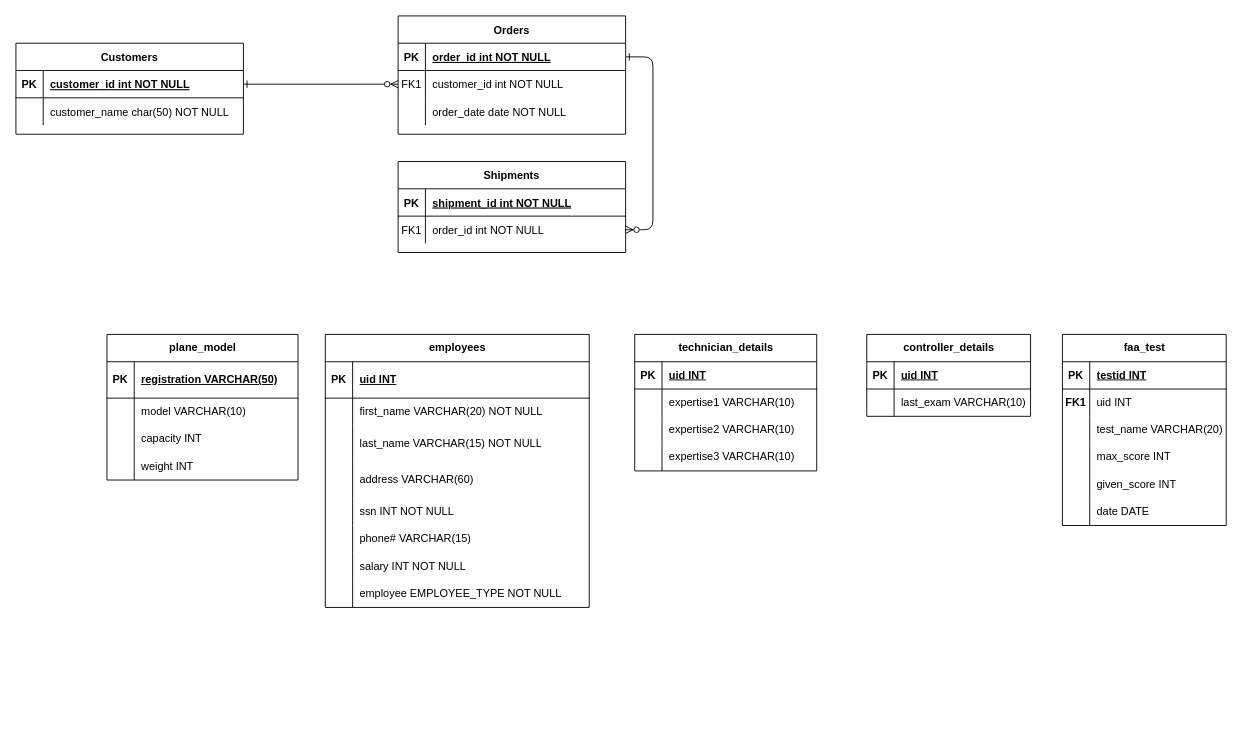
This is Untitled Diagram.drawio from O-paque/CS430, a draw.io file, before an edit. Source tidied: cells renumbered, new cells numbered last; positions are measured from the earlier drawing's top-left corner, leaving out a move shared by most shapes. Both pictures are drawn from the tidied source at 91%, with x=0, y=0 at pixel (15, 15).
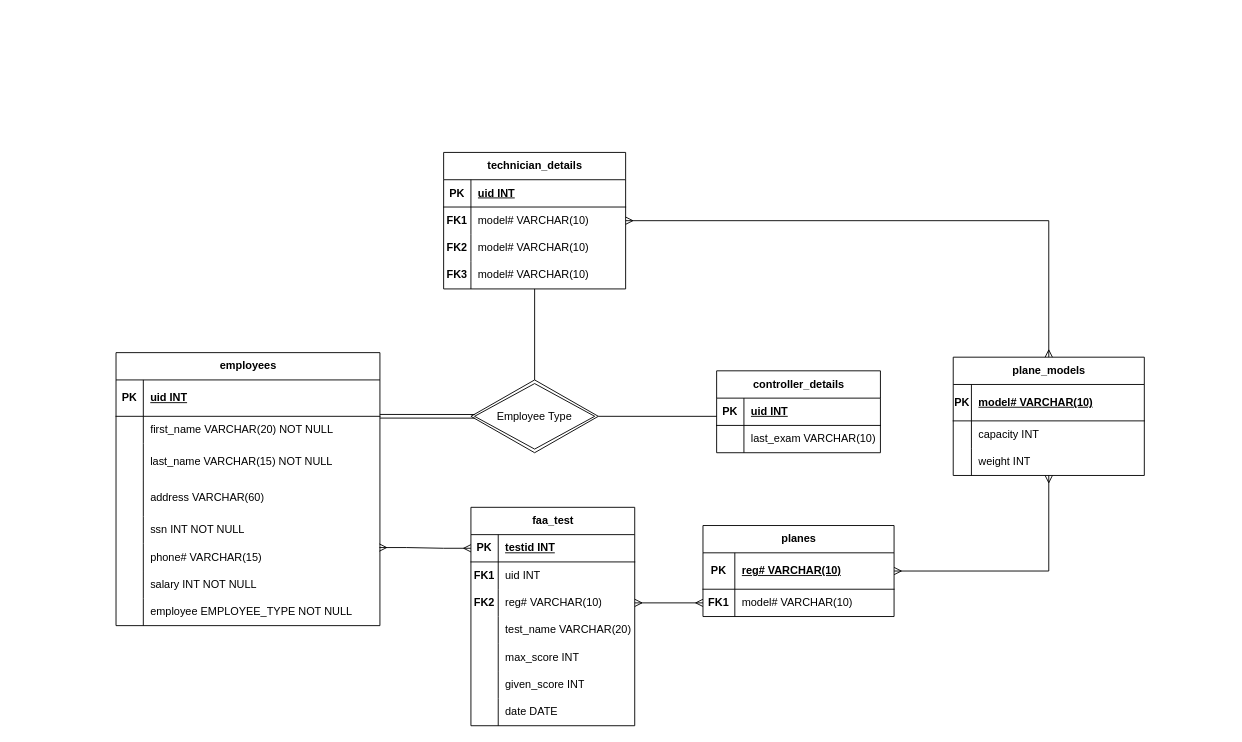
The same diagram, later.

The change refers to these unchanged cells:
```xml
<mxCell id="29" style="shape=tableRow;horizontal=0;startSize=0;swimlaneHead=0;swimlaneBody=0;fillColor=none;top=0;left=0;right=0;bottom=1;" parent="28" vertex="1">
  <mxGeometry y="30" width="210" height="40" as="geometry" />
</mxCell>
<mxCell id="32" style="shape=tableRow;horizontal=0;startSize=0;swimlaneHead=0;swimlaneBody=0;fillColor=none;points=[[0,0.5],[1,0.5]];portConstraint=eastwest;top=0;left=0;right=0;bottom=0;" parent="28" vertex="1">
  <mxGeometry y="70" width="210" height="30" as="geometry" />
</mxCell>
<mxCell id="47" style="shape=tableRow;horizontal=0;startSize=0;swimlaneHead=0;swimlaneBody=0;fillColor=none;points=[[0,0.5],[1,0.5]];portConstraint=eastwest;top=0;left=0;right=0;bottom=0;" parent="43" vertex="1">
  <mxGeometry y="70" width="290" height="30" as="geometry" />
</mxCell>
<mxCell id="59" style="shape=tableRow;horizontal=0;startSize=0;swimlaneHead=0;swimlaneBody=0;fillColor=none;points=[[0,0.5],[1,0.5]];portConstraint=eastwest;top=0;left=0;right=0;bottom=0;" parent="43" vertex="1">
  <mxGeometry y="210" width="290" height="30" as="geometry" />
</mxCell>
<mxCell id="72" style="shape=tableRow;horizontal=0;startSize=0;swimlaneHead=0;swimlaneBody=0;fillColor=none;points=[[0,0.5],[1,0.5]];portConstraint=eastwest;top=0;left=0;right=0;bottom=0;" parent="68" vertex="1">
  <mxGeometry y="60" width="200" height="30" as="geometry" />
</mxCell>
<mxCell id="75" style="shape=tableRow;horizontal=0;startSize=0;swimlaneHead=0;swimlaneBody=0;fillColor=none;top=0;left=0;right=0;bottom=0;" parent="68" vertex="1">
  <mxGeometry y="90" width="200" height="30" as="geometry" />
</mxCell>
<mxCell id="78" style="shape=tableRow;horizontal=0;startSize=0;swimlaneHead=0;swimlaneBody=0;fillColor=none;top=0;left=0;right=0;bottom=0;" parent="68" vertex="1">
  <mxGeometry y="120" width="200" height="30" as="geometry" />
</mxCell>
<mxCell id="82" style="shape=tableRow;horizontal=0;startSize=0;swimlaneHead=0;swimlaneBody=0;fillColor=none;points=[[0,0.5],[1,0.5]];portConstraint=eastwest;top=0;left=0;right=0;bottom=1;" parent="81" vertex="1">
  <mxGeometry y="30" width="180" height="30" as="geometry" />
</mxCell>
<mxCell id="89" style="shape=tableRow;horizontal=0;startSize=0;swimlaneHead=0;swimlaneBody=0;fillColor=none;points=[[0,0.5],[1,0.5]];portConstraint=eastwest;top=0;left=0;right=0;bottom=1;" parent="88" vertex="1">
  <mxGeometry y="30" width="180" height="30" as="geometry" />
</mxCell>
```

What changed in the source:
```diff
@@
-    <mxCell id="2" style="edgeStyle=entityRelationEdgeStyle;endArrow=ERzeroToMany;startArrow=ERone;endFill=1;startFill=0;" parent="1" edge="1" source="22" target="8">
-      <mxGeometry relative="1" as="geometry" />
-    </mxCell>
-    <mxCell id="3" style="edgeStyle=entityRelationEdgeStyle;endArrow=ERzeroToMany;startArrow=ERone;endFill=1;startFill=0;" parent="1" edge="1" source="5" target="18">
-      <mxGeometry relative="1" as="geometry" />
-    </mxCell>
-    <mxCell id="4" value="Orders" style="shape=table;startSize=30;childLayout=tableLayout;rowLines=0;fontStyle=1;align=center;" parent="1" vertex="1">
-      <mxGeometry x="420" width="250" height="130" as="geometry" />
-    </mxCell>
-    <mxCell id="5" style="shape=partialRectangle;fillColor=none;points=[[0,0.5],[1,0.5]];portConstraint=eastwest;top=0;left=0;right=0;bottom=1;" parent="4" vertex="1">
-      <mxGeometry y="30" width="250" height="30" as="geometry" />
-    </mxCell>
-    <mxCell id="6" value="PK" style="shape=partialRectangle;overflow=hidden;fillColor=none;top=0;left=0;bottom=0;right=0;fontStyle=1;" parent="5" vertex="1">
-      <mxGeometry width="30" height="30" as="geometry" />
-    </mxCell>
-    <mxCell id="7" value="order_id int NOT NULL " style="shape=partialRectangle;overflow=hidden;fillColor=none;top=0;left=0;bottom=0;right=0;align=left;spacingLeft=6;fontStyle=5;" parent="5" vertex="1">
-      <mxGeometry x="30" width="220" height="30" as="geometry" />
-    </mxCell>
-    <mxCell id="8" style="shape=partialRectangle;fillColor=none;points=[[0,0.5],[1,0.5]];portConstraint=eastwest;top=0;left=0;right=0;bottom=0;" parent="4" vertex="1">
-      <mxGeometry y="60" width="250" height="30" as="geometry" />
-    </mxCell>
-    <mxCell id="9" value="FK1" style="shape=partialRectangle;overflow=hidden;fillColor=none;top=0;left=0;bottom=0;right=0;" parent="8" vertex="1">
-      <mxGeometry width="30" height="30" as="geometry" />
-    </mxCell>
-    <mxCell id="10" value="customer_id int NOT NULL" style="shape=partialRectangle;overflow=hidden;fillColor=none;top=0;left=0;bottom=0;right=0;align=left;spacingLeft=6;" parent="8" vertex="1">
-      <mxGeometry x="30" width="220" height="30" as="geometry" />
-    </mxCell>
-    <mxCell id="11" style="shape=partialRectangle;fillColor=none;top=0;left=0;right=0;bottom=0;" parent="4" vertex="1">
-      <mxGeometry y="90" width="250" height="30" as="geometry" />
-    </mxCell>
-    <mxCell id="12" style="shape=partialRectangle;overflow=hidden;fillColor=none;top=0;left=0;bottom=0;right=0;" parent="11" vertex="1">
-      <mxGeometry width="30" height="30" as="geometry" />
-    </mxCell>
-    <mxCell id="13" value="order_date date NOT NULL" style="shape=partialRectangle;overflow=hidden;fillColor=none;top=0;left=0;bottom=0;right=0;align=left;spacingLeft=6;" parent="11" vertex="1">
-      <mxGeometry x="30" width="220" height="30" as="geometry" />
-    </mxCell>
-    <mxCell id="14" value="Shipments" style="shape=table;startSize=30;childLayout=tableLayout;rowLines=0;fontStyle=1;align=center;" parent="1" vertex="1">
-      <mxGeometry x="420" y="160" width="250" height="100" as="geometry" />
-    </mxCell>
-    <mxCell id="15" style="shape=partialRectangle;fillColor=none;top=0;left=0;right=0;bottom=1;" parent="14" vertex="1">
-      <mxGeometry y="30" width="250" height="30" as="geometry" />
-    </mxCell>
-    <mxCell id="16" value="PK" style="shape=partialRectangle;overflow=hidden;fillColor=none;top=0;left=0;bottom=0;right=0;fontStyle=1;" parent="15" vertex="1">
-      <mxGeometry width="30" height="30" as="geometry" />
-    </mxCell>
-    <mxCell id="17" value="shipment_id int NOT NULL " style="shape=partialRectangle;overflow=hidden;fillColor=none;top=0;left=0;bottom=0;right=0;align=left;spacingLeft=6;fontStyle=5;" parent="15" vertex="1">
-      <mxGeometry x="30" width="220" height="30" as="geometry" />
-    </mxCell>
-    <mxCell id="18" style="shape=partialRectangle;fillColor=none;points=[[0,0.5],[1,0.5]];portConstraint=eastwest;top=0;left=0;right=0;bottom=0;" parent="14" vertex="1">
-      <mxGeometry y="60" width="250" height="30" as="geometry" />
-    </mxCell>
-    <mxCell id="19" value="FK1" style="shape=partialRectangle;overflow=hidden;fillColor=none;top=0;left=0;bottom=0;right=0;" parent="18" vertex="1">
-      <mxGeometry width="30" height="30" as="geometry" />
-    </mxCell>
-    <mxCell id="20" value="order_id int NOT NULL" style="shape=partialRectangle;overflow=hidden;fillColor=none;top=0;left=0;bottom=0;right=0;align=left;spacingLeft=6;" parent="18" vertex="1">
-      <mxGeometry x="30" width="220" height="30" as="geometry" />
-    </mxCell>
-    <mxCell id="21" value="Customers" style="shape=table;startSize=30;childLayout=tableLayout;rowLines=0;fontStyle=1;align=center;" parent="1" vertex="1">
-      <mxGeometry y="30" width="250" height="100" as="geometry" />
-    </mxCell>
-    <mxCell id="22" style="shape=partialRectangle;fillColor=none;points=[[0,0.5],[1,0.5]];portConstraint=eastwest;top=0;left=0;right=0;bottom=1;" parent="21" vertex="1">
-      <mxGeometry y="30" width="250" height="30" as="geometry" />
-    </mxCell>
-    <mxCell id="23" value="PK" style="shape=partialRectangle;overflow=hidden;fillColor=none;top=0;left=0;bottom=0;right=0;fontStyle=1;" parent="22" vertex="1">
-      <mxGeometry width="30" height="30" as="geometry" />
-    </mxCell>
-    <mxCell id="24" value="customer_id int NOT NULL " style="shape=partialRectangle;overflow=hidden;fillColor=none;top=0;left=0;bottom=0;right=0;align=left;spacingLeft=6;fontStyle=5;" parent="22" vertex="1">
-      <mxGeometry x="30" width="220" height="30" as="geometry" />
-    </mxCell>
-    <mxCell id="25" style="shape=partialRectangle;fillColor=none;top=0;left=0;right=0;bottom=0;" parent="21" vertex="1">
-      <mxGeometry y="60" width="250" height="30" as="geometry" />
-    </mxCell>
-    <mxCell id="26" style="shape=partialRectangle;overflow=hidden;fillColor=none;top=0;left=0;bottom=0;right=0;" parent="25" vertex="1">
-      <mxGeometry width="30" height="30" as="geometry" />
-    </mxCell>
-    <mxCell id="27" value="customer_name char(50) NOT NULL" style="shape=partialRectangle;overflow=hidden;fillColor=none;top=0;left=0;bottom=0;right=0;align=left;spacingLeft=6;" parent="25" vertex="1">
-      <mxGeometry x="30" width="220" height="30" as="geometry" />
-    </mxCell>
-    <mxCell id="28" value="plane_model" style="shape=table;startSize=30;childLayout=tableLayout;rowLines=0;fontStyle=1;align=center;html=1;" parent="1" vertex="1">
-      <mxGeometry x="100" y="350" width="210" height="160" as="geometry" />
+    <mxCell id="28" value="planes" style="shape=table;startSize=30;childLayout=tableLayout;rowLines=0;fontStyle=1;align=center;html=1;" parent="1" vertex="1">
+      <mxGeometry x="755" y="560" width="210" height="100" as="geometry" />
     </mxCell>
@@
     <mxCell id="30" value="PK" style="shape=partialRectangle;fillColor=none;top=0;left=0;bottom=0;right=0;fontStyle=1;overflow=hidden;whiteSpace=wrap;html=1;" parent="29" vertex="1">
-      <mxGeometry width="30" height="40" as="geometry" />
+      <mxGeometry width="35" height="40" as="geometry" />
     </mxCell>
-    <mxCell id="31" value="registration VARCHAR(50)" style="shape=partialRectangle;fillColor=none;top=0;left=0;bottom=0;right=0;align=left;spacingLeft=6;fontStyle=5;overflow=hidden;whiteSpace=wrap;html=1;" parent="29" vertex="1">
-      <mxGeometry x="30" width="180" height="40" as="geometry" />
+    <mxCell id="31" value="reg# VARCHAR(10)" style="shape=partialRectangle;fillColor=none;top=0;left=0;bottom=0;right=0;align=left;spacingLeft=6;fontStyle=5;overflow=hidden;whiteSpace=wrap;html=1;" parent="29" vertex="1">
+      <mxGeometry x="35" width="175" height="40" as="geometry" />
     </mxCell>
@@
-    <mxCell id="33" style="shape=partialRectangle;fillColor=none;top=0;left=0;bottom=0;right=0;overflow=hidden;whiteSpace=wrap;html=1;" parent="32" vertex="1">
-      <mxGeometry width="30" height="30" as="geometry" />
+    <mxCell id="33" value="&lt;b&gt;FK1&lt;/b&gt;" style="shape=partialRectangle;fillColor=none;top=0;left=0;bottom=0;right=0;overflow=hidden;whiteSpace=wrap;html=1;" parent="32" vertex="1">
+      <mxGeometry width="35" height="30" as="geometry" />
     </mxCell>
-    <mxCell id="34" value="model VARCHAR(10)" style="shape=partialRectangle;fillColor=none;top=0;left=0;bottom=0;right=0;align=left;spacingLeft=6;overflow=hidden;whiteSpace=wrap;html=1;" parent="32" vertex="1">
-      <mxGeometry x="30" width="180" height="30" as="geometry" />
+    <mxCell id="34" value="model# VARCHAR(10)" style="shape=partialRectangle;fillColor=none;top=0;left=0;bottom=0;right=0;align=left;spacingLeft=6;overflow=hidden;whiteSpace=wrap;html=1;" parent="32" vertex="1">
+      <mxGeometry x="35" width="175" height="30" as="geometry" />
     </mxCell>
-    <mxCell id="35" style="shape=tableRow;horizontal=0;startSize=0;swimlaneHead=0;swimlaneBody=0;fillColor=none;top=0;left=0;right=0;bottom=0;" parent="28" vertex="1">
-      <mxGeometry y="100" width="210" height="30" as="geometry" />
-    </mxCell>
-    <mxCell id="36" style="shape=partialRectangle;fillColor=none;top=0;left=0;bottom=0;right=0;overflow=hidden;whiteSpace=wrap;html=1;" parent="35" vertex="1">
-      <mxGeometry width="30" height="30" as="geometry" />
-    </mxCell>
-    <mxCell id="37" value="capacity INT" style="shape=partialRectangle;fillColor=none;top=0;left=0;bottom=0;right=0;align=left;spacingLeft=6;overflow=hidden;whiteSpace=wrap;html=1;" parent="35" vertex="1">
-      <mxGeometry x="30" width="180" height="30" as="geometry" />
-    </mxCell>
-    <mxCell id="38" style="shape=tableRow;horizontal=0;startSize=0;swimlaneHead=0;swimlaneBody=0;fillColor=none;top=0;left=0;right=0;bottom=0;" parent="28" vertex="1">
-      <mxGeometry y="130" width="210" height="30" as="geometry" />
-    </mxCell>
-    <mxCell id="39" style="shape=partialRectangle;fillColor=none;top=0;left=0;bottom=0;right=0;overflow=hidden;whiteSpace=wrap;html=1;" parent="38" vertex="1">
-      <mxGeometry width="30" height="30" as="geometry" />
-    </mxCell>
-    <mxCell id="40" value="weight INT" style="shape=partialRectangle;fillColor=none;top=0;left=0;bottom=0;right=0;align=left;spacingLeft=6;overflow=hidden;whiteSpace=wrap;html=1;" parent="38" vertex="1">
-      <mxGeometry x="30" width="180" height="30" as="geometry" />
-    </mxCell>
@@
     <mxCell id="43" value="employees" style="shape=table;startSize=30;childLayout=tableLayout;rowLines=0;fontStyle=1;align=center;html=1;" parent="1" vertex="1">
-      <mxGeometry x="340" y="350" width="290" height="300" as="geometry" />
+      <mxGeometry x="110" y="370" width="290" height="300" as="geometry" />
     </mxCell>
@@
     <mxCell id="68" value="technician_details" style="shape=table;startSize=30;childLayout=tableLayout;rowLines=0;fontStyle=1;align=center;html=1;" parent="1" vertex="1">
-      <mxGeometry x="680" y="350" width="200" height="150" as="geometry" />
+      <mxGeometry x="470" y="150" width="200" height="150" as="geometry" />
     </mxCell>
@@
-    <mxCell id="73" style="shape=partialRectangle;fillColor=none;top=0;left=0;bottom=0;right=0;overflow=hidden;whiteSpace=wrap;html=1;" parent="72" vertex="1">
+    <mxCell id="73" value="&lt;b&gt;FK1&lt;/b&gt;" style="shape=partialRectangle;fillColor=none;top=0;left=0;bottom=0;right=0;overflow=hidden;whiteSpace=wrap;html=1;" parent="72" vertex="1">
       <mxGeometry width="30" height="30" as="geometry" />
     </mxCell>
-    <mxCell id="74" value="expertise1 VARCHAR(10)" style="shape=partialRectangle;fillColor=none;top=0;left=0;bottom=0;right=0;align=left;spacingLeft=6;overflow=hidden;whiteSpace=wrap;html=1;" parent="72" vertex="1">
+    <mxCell id="74" value="model# VARCHAR(10)" style="shape=partialRectangle;fillColor=none;top=0;left=0;bottom=0;right=0;align=left;spacingLeft=6;overflow=hidden;whiteSpace=wrap;html=1;" parent="72" vertex="1">
       <mxGeometry x="30" width="170" height="30" as="geometry" />
     </mxCell>
@@
-    <mxCell id="76" style="shape=partialRectangle;fillColor=none;top=0;left=0;bottom=0;right=0;overflow=hidden;whiteSpace=wrap;html=1;" parent="75" vertex="1">
+    <mxCell id="76" value="&lt;b&gt;FK2&lt;/b&gt;" style="shape=partialRectangle;fillColor=none;top=0;left=0;bottom=0;right=0;overflow=hidden;whiteSpace=wrap;html=1;" parent="75" vertex="1">
       <mxGeometry width="30" height="30" as="geometry" />
     </mxCell>
-    <mxCell id="77" value="&lt;div&gt;expertise2 VARCHAR(10)&lt;/div&gt;" style="shape=partialRectangle;fillColor=none;top=0;left=0;bottom=0;right=0;align=left;spacingLeft=6;overflow=hidden;whiteSpace=wrap;html=1;" parent="75" vertex="1">
+    <mxCell id="77" value="model# VARCHAR(10)" style="shape=partialRectangle;fillColor=none;top=0;left=0;bottom=0;right=0;align=left;spacingLeft=6;overflow=hidden;whiteSpace=wrap;html=1;" parent="75" vertex="1">
       <mxGeometry x="30" width="170" height="30" as="geometry" />
     </mxCell>
@@
-    <mxCell id="79" style="shape=partialRectangle;fillColor=none;top=0;left=0;bottom=0;right=0;overflow=hidden;whiteSpace=wrap;html=1;" parent="78" vertex="1">
+    <mxCell id="79" value="&lt;b&gt;FK3&lt;/b&gt;" style="shape=partialRectangle;fillColor=none;top=0;left=0;bottom=0;right=0;overflow=hidden;whiteSpace=wrap;html=1;" parent="78" vertex="1">
       <mxGeometry width="30" height="30" as="geometry" />
     </mxCell>
-    <mxCell id="80" value="expertise3 VARCHAR(10)" style="shape=partialRectangle;fillColor=none;top=0;left=0;bottom=0;right=0;align=left;spacingLeft=6;overflow=hidden;whiteSpace=wrap;html=1;" parent="78" vertex="1">
+    <mxCell id="80" value="model# VARCHAR(10)" style="shape=partialRectangle;fillColor=none;top=0;left=0;bottom=0;right=0;align=left;spacingLeft=6;overflow=hidden;whiteSpace=wrap;html=1;" parent="78" vertex="1">
       <mxGeometry x="30" width="170" height="30" as="geometry" />
     </mxCell>
     <mxCell id="81" value="controller_details" style="shape=table;startSize=30;childLayout=tableLayout;rowLines=0;fontStyle=1;align=center;html=1;" parent="1" vertex="1">
-      <mxGeometry x="935" y="350" width="180" height="90" as="geometry" />
+      <mxGeometry x="770" y="390" width="180" height="90" as="geometry" />
     </mxCell>
@@
     <mxCell id="88" value="faa_test" style="shape=table;startSize=30;childLayout=tableLayout;rowLines=0;fontStyle=1;align=center;html=1;" parent="1" vertex="1">
-      <mxGeometry x="1150" y="350" width="180" height="210" as="geometry" />
+      <mxGeometry x="500" y="540" width="180" height="240" as="geometry" />
     </mxCell>
@@
+    <mxCell id="107" style="shape=tableRow;horizontal=0;startSize=0;swimlaneHead=0;swimlaneBody=0;fillColor=none;points=[[0,0.5],[1,0.5]];portConstraint=eastwest;top=0;left=0;right=0;bottom=0;" parent="88" vertex="1">
+      <mxGeometry y="90" width="180" height="30" as="geometry" />
+    </mxCell>
+    <mxCell id="108" value="&lt;b&gt;FK2&lt;/b&gt;" style="shape=partialRectangle;fillColor=none;top=0;left=0;bottom=0;right=0;overflow=hidden;whiteSpace=wrap;html=1;" parent="107" vertex="1">
+      <mxGeometry width="30" height="30" as="geometry" />
+    </mxCell>
+    <mxCell id="109" value="reg# VARCHAR(10)" style="shape=partialRectangle;fillColor=none;top=0;left=0;bottom=0;right=0;align=left;spacingLeft=6;overflow=hidden;whiteSpace=wrap;html=1;" parent="107" vertex="1">
+      <mxGeometry x="30" width="150" height="30" as="geometry" />
+    </mxCell>
     <mxCell id="95" style="shape=tableRow;horizontal=0;startSize=0;swimlaneHead=0;swimlaneBody=0;fillColor=none;top=0;left=0;right=0;bottom=0;" parent="88" vertex="1">
-      <mxGeometry y="90" width="180" height="30" as="geometry" />
+      <mxGeometry y="120" width="180" height="30" as="geometry" />
     </mxCell>
@@
     <mxCell id="98" style="shape=tableRow;horizontal=0;startSize=0;swimlaneHead=0;swimlaneBody=0;fillColor=none;top=0;left=0;right=0;bottom=0;" parent="88" vertex="1">
-      <mxGeometry y="120" width="180" height="30" as="geometry" />
+      <mxGeometry y="150" width="180" height="30" as="geometry" />
     </mxCell>
@@
     <mxCell id="101" style="shape=tableRow;horizontal=0;startSize=0;swimlaneHead=0;swimlaneBody=0;fillColor=none;top=0;left=0;right=0;bottom=0;" parent="88" vertex="1">
-      <mxGeometry y="150" width="180" height="30" as="geometry" />
+      <mxGeometry y="180" width="180" height="30" as="geometry" />
     </mxCell>
@@
     <mxCell id="104" style="shape=tableRow;horizontal=0;startSize=0;swimlaneHead=0;swimlaneBody=0;fillColor=none;top=0;left=0;right=0;bottom=0;" parent="88" vertex="1">
-      <mxGeometry y="180" width="180" height="30" as="geometry" />
+      <mxGeometry y="210" width="180" height="30" as="geometry" />
     </mxCell>
@@
+    <mxCell id="110" value="Employee Type" style="shape=rhombus;double=1;perimeter=rhombusPerimeter;whiteSpace=wrap;html=1;align=center;" parent="1" vertex="1">
+      <mxGeometry x="500" y="400" width="140" height="80" as="geometry" />
+    </mxCell>
+    <mxCell id="111" style="shape=link;html=1;rounded=0;entryX=0.03;entryY=0.5;entryDx=0;entryDy=0;exitX=1;exitY=-0.002;exitDx=0;exitDy=0;exitPerimeter=0;entryPerimeter=0;" parent="1" edge="1" source="47" target="110">
+      <mxGeometry relative="1" as="geometry" />
+    </mxCell>
+    <mxCell id="112" style="endArrow=none;html=1;rounded=0;exitX=0.5;exitY=0;exitDx=0;exitDy=0;entryX=0.5;entryY=1;entryDx=0;entryDy=0;" parent="1" edge="1" source="110" target="68">
+      <mxGeometry relative="1" as="geometry" />
+    </mxCell>
+    <mxCell id="113" style="endArrow=none;html=1;rounded=0;exitX=1;exitY=0.5;exitDx=0;exitDy=0;entryX=0;entryY=0.667;entryDx=0;entryDy=0;entryPerimeter=0;" parent="1" edge="1" source="110" target="82">
+      <mxGeometry relative="1" as="geometry" />
+    </mxCell>
+    <mxCell id="114" style="edgeStyle=entityRelationEdgeStyle;fontSize=12;html=1;endArrow=ERmany;startArrow=ERmany;rounded=0;entryX=0;entryY=0.5;entryDx=0;entryDy=0;exitX=0.998;exitY=0.14;exitDx=0;exitDy=0;exitPerimeter=0;" parent="1" edge="1" source="59" target="89">
+      <mxGeometry relative="1" as="geometry" />
+    </mxCell>
+    <mxCell id="115" style="fontSize=12;html=1;endArrow=ERmany;startArrow=ERmany;rounded=0;exitX=0;exitY=0.5;exitDx=0;exitDy=0;entryX=1;entryY=0.5;entryDx=0;entryDy=0;" parent="1" edge="1" source="32" target="107">
+      <mxGeometry relative="1" as="geometry" />
+    </mxCell>
+    <mxCell id="116" value="plane_models" style="shape=table;startSize=30;childLayout=tableLayout;rowLines=0;fontStyle=1;align=center;html=1;" parent="1" vertex="1">
+      <mxGeometry x="1030" y="375" width="210" height="130" as="geometry" />
+    </mxCell>
+    <mxCell id="117" style="shape=tableRow;horizontal=0;startSize=0;swimlaneHead=0;swimlaneBody=0;fillColor=none;top=0;left=0;right=0;bottom=1;" parent="116" vertex="1">
+      <mxGeometry y="30" width="210" height="40" as="geometry" />
+    </mxCell>
+    <mxCell id="118" value="PK" style="shape=partialRectangle;fillColor=none;top=0;left=0;bottom=0;right=0;fontStyle=1;overflow=hidden;whiteSpace=wrap;html=1;" parent="117" vertex="1">
+      <mxGeometry width="20" height="40" as="geometry" />
+    </mxCell>
+    <mxCell id="119" value="model# VARCHAR(10)" style="shape=partialRectangle;fillColor=none;top=0;left=0;bottom=0;right=0;align=left;spacingLeft=6;fontStyle=5;overflow=hidden;whiteSpace=wrap;html=1;" parent="117" vertex="1">
+      <mxGeometry x="20" width="190" height="40" as="geometry" />
+    </mxCell>
+    <mxCell id="120" style="shape=tableRow;horizontal=0;startSize=0;swimlaneHead=0;swimlaneBody=0;fillColor=none;top=0;left=0;right=0;bottom=0;" parent="116" vertex="1">
+      <mxGeometry y="70" width="210" height="30" as="geometry" />
+    </mxCell>
+    <mxCell id="121" style="shape=partialRectangle;fillColor=none;top=0;left=0;bottom=0;right=0;overflow=hidden;whiteSpace=wrap;html=1;" parent="120" vertex="1">
+      <mxGeometry width="20" height="30" as="geometry" />
+    </mxCell>
+    <mxCell id="37" value="capacity INT" style="shape=partialRectangle;fillColor=none;top=0;left=0;bottom=0;right=0;align=left;spacingLeft=6;overflow=hidden;whiteSpace=wrap;html=1;" parent="120" vertex="1">
+      <mxGeometry x="20" width="190" height="30" as="geometry" />
+    </mxCell>
+    <mxCell id="35" style="shape=tableRow;horizontal=0;startSize=0;swimlaneHead=0;swimlaneBody=0;fillColor=none;top=0;left=0;right=0;bottom=0;" parent="116" vertex="1">
+      <mxGeometry y="100" width="210" height="30" as="geometry" />
+    </mxCell>
+    <mxCell id="122" style="shape=partialRectangle;fillColor=none;top=0;left=0;bottom=0;right=0;overflow=hidden;whiteSpace=wrap;html=1;" parent="35" vertex="1">
+      <mxGeometry width="20" height="30" as="geometry" />
+    </mxCell>
+    <mxCell id="40" value="weight INT" style="shape=partialRectangle;fillColor=none;top=0;left=0;bottom=0;right=0;align=left;spacingLeft=6;overflow=hidden;whiteSpace=wrap;html=1;" parent="35" vertex="1">
+      <mxGeometry x="20" width="190" height="30" as="geometry" />
+    </mxCell>
+    <mxCell id="123" style="fontSize=12;html=1;endArrow=ERmany;startArrow=ERmany;rounded=0;edgeStyle=orthogonalEdgeStyle;elbow=vertical;exitX=1;exitY=0.5;exitDx=0;exitDy=0;entryX=0.5;entryY=1;entryDx=0;entryDy=0;" parent="1" edge="1" source="28" target="116">
+      <mxGeometry relative="1" as="geometry" />
+    </mxCell>
+    <mxCell id="124" style="fontSize=12;html=1;endArrow=ERmany;startArrow=ERmany;rounded=0;edgeStyle=orthogonalEdgeStyle;elbow=vertical;exitX=1;exitY=0.5;exitDx=0;exitDy=0;entryX=0.5;entryY=0;entryDx=0;entryDy=0;" parent="1" edge="1" source="72" target="116">
+      <mxGeometry relative="1" as="geometry" />
+    </mxCell>
```
